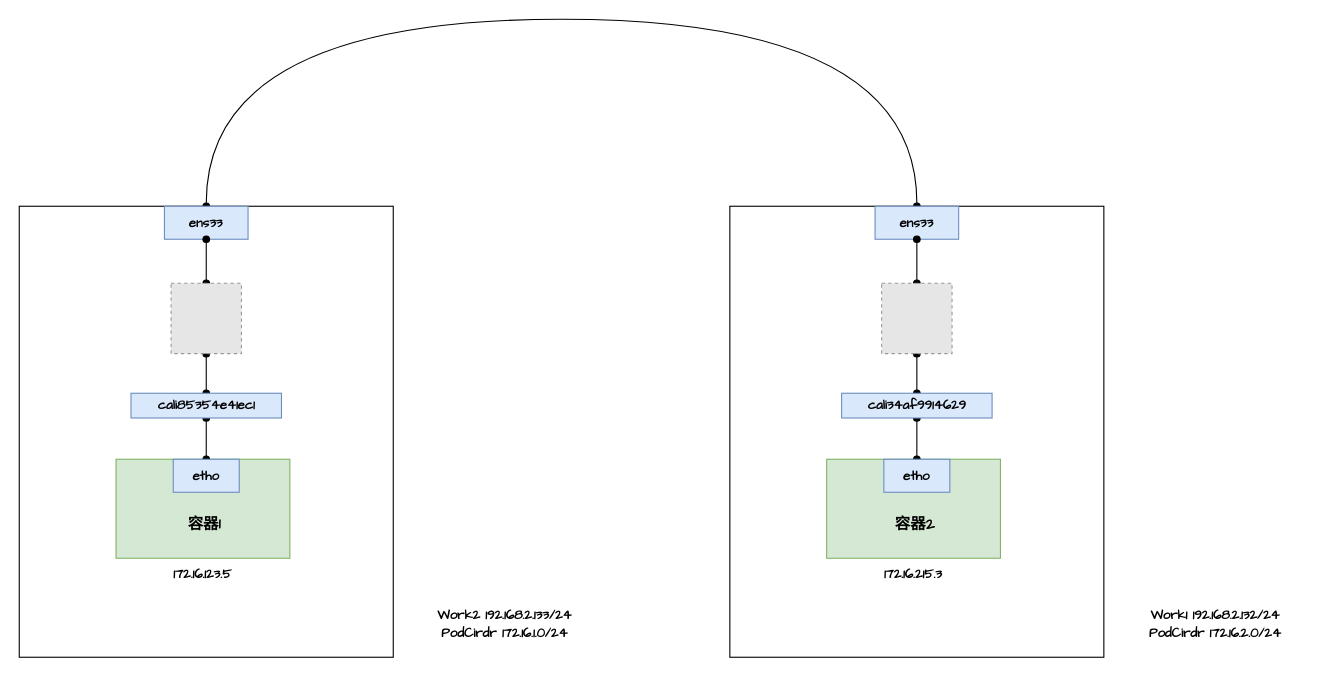
The draw.io diagram calico.drawio in XiaoWeiKIN/k8s, before the edit. Source tidied: cells renumbered, new cells numbered last; positions are measured from the earlier drawing's top-left corner, leaving out a move shared by most shapes. Both pictures are drawn from the tidied source at 110%, with x=0, y=0 at pixel (19, 19). Pictures stored in the file or linked from it are replaced by grey dashed boxes.
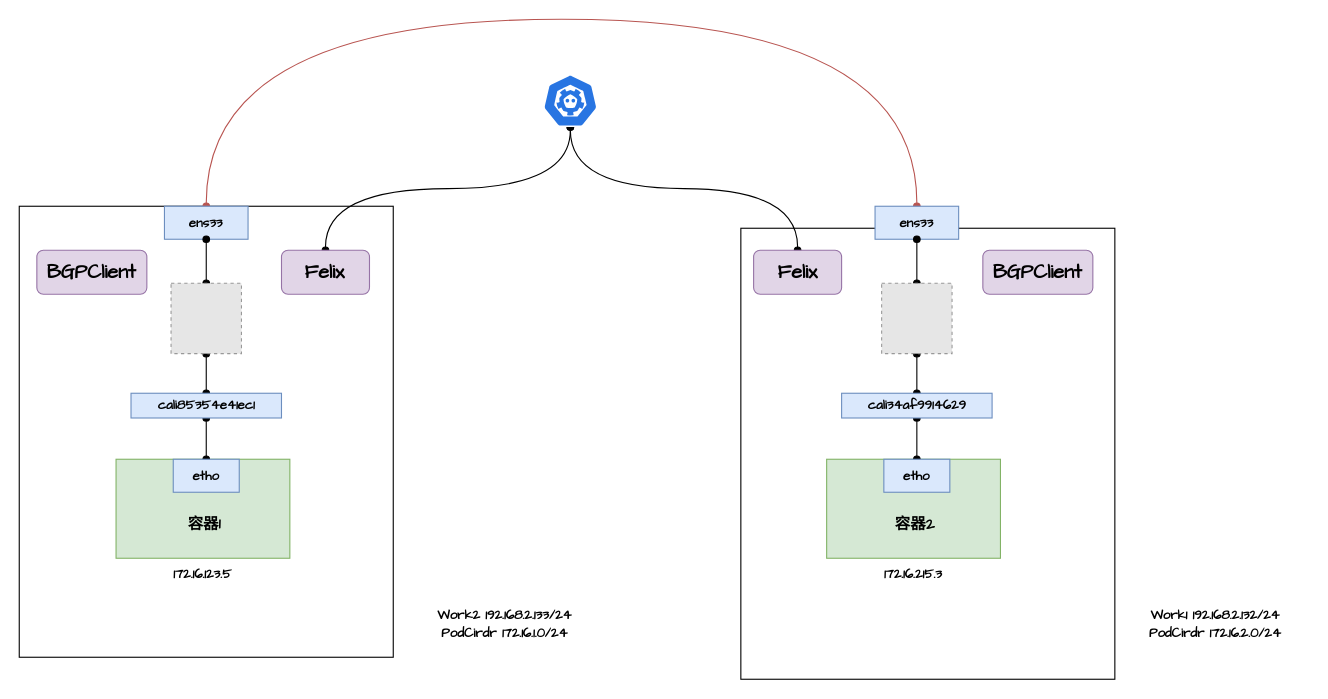
The same page after the edit.

The change refers to these unchanged cells:
```xml
<mxCell id="8" value="&lt;b&gt;&lt;font face=&quot;Comic Sans MS&quot;&gt;ens33&lt;/font&gt;&lt;/b&gt;" style="rounded=0;whiteSpace=wrap;html=1;fillColor=#dae8fc;strokeColor=#6c8ebf;direction=south;" parent="1" vertex="1">
  <mxGeometry x="132" y="170" width="76" height="30" as="geometry" />
</mxCell>
<mxCell id="19" value="&lt;b&gt;&lt;font face=&quot;Comic Sans MS&quot;&gt;ens33&lt;/font&gt;&lt;/b&gt;" style="rounded=0;whiteSpace=wrap;html=1;fillColor=#dae8fc;strokeColor=#6c8ebf;direction=south;" parent="1" vertex="1">
  <mxGeometry x="778" y="170" width="76" height="30" as="geometry" />
</mxCell>
```

What changed in the source:
```diff
@@
-    <mxCell id="7" style="edgeStyle=orthogonalEdgeStyle;rounded=0;jettySize=auto;html=1;exitX=0;exitY=0.5;exitDx=0;exitDy=0;entryX=0;entryY=0.5;entryDx=0;entryDy=0;startArrow=oval;startFill=1;endArrow=oval;endFill=1;curved=1;" parent="1" edge="1" source="8" target="19">
+    <mxCell id="7" style="edgeStyle=orthogonalEdgeStyle;rounded=0;jettySize=auto;html=1;exitX=0;exitY=0.5;exitDx=0;exitDy=0;entryX=0;entryY=0.5;entryDx=0;entryDy=0;startArrow=oval;startFill=1;endArrow=oval;endFill=1;curved=1;shadow=0;sketch=0;fillColor=#f8cecc;strokeColor=#b85450;" parent="1" edge="1" source="8" target="19">
       <mxGeometry relative="1" as="geometry">
         <Array as="points">
           <mxPoint x="170" />
           <mxPoint x="816" />
         </Array>
       </mxGeometry>
     </mxCell>
@@
     <mxCell id="14" style="rounded=0;whiteSpace=wrap;html=1;strokeColor=#000000;strokeWidth=1;" parent="1" vertex="1">
-      <mxGeometry x="646" y="170" width="340" height="410" as="geometry" />
+      <mxGeometry x="656" y="190" width="340" height="410" as="geometry" />
     </mxCell>
@@
+    <mxCell id="25" style="edgeStyle=orthogonalEdgeStyle;curved=1;rounded=0;jettySize=auto;html=1;exitX=0.5;exitY=0;exitDx=0;exitDy=0;entryX=0.5;entryY=1;entryDx=0;entryDy=0;entryPerimeter=0;startArrow=oval;startFill=1;endArrow=oval;endFill=1;" parent="1" edge="1" source="26" target="31">
+      <mxGeometry relative="1" as="geometry" />
+    </mxCell>
+    <mxCell id="26" value="&lt;font face=&quot;Comic Sans MS&quot; style=&quot;font-size: 18px&quot;&gt;&lt;b&gt;Felix&lt;/b&gt;&lt;/font&gt;" style="rounded=1;whiteSpace=wrap;html=1;fillColor=#e1d5e7;strokeColor=#9673a6;" parent="1" vertex="1">
+      <mxGeometry x="667.6" y="210" width="80" height="40" as="geometry" />
+    </mxCell>
+    <mxCell id="27" value="&lt;font face=&quot;Comic Sans MS&quot; style=&quot;font-size: 18px&quot;&gt;&lt;b&gt;BGPClient&lt;/b&gt;&lt;/font&gt;" style="rounded=1;whiteSpace=wrap;html=1;fillColor=#e1d5e7;strokeColor=#9673a6;" parent="1" vertex="1">
+      <mxGeometry x="16" y="210" width="100" height="40" as="geometry" />
+    </mxCell>
+    <mxCell id="28" style="edgeStyle=orthogonalEdgeStyle;curved=1;rounded=0;jettySize=auto;html=1;exitX=0.5;exitY=0;exitDx=0;exitDy=0;entryX=0.5;entryY=1;entryDx=0;entryDy=0;entryPerimeter=0;startArrow=oval;startFill=1;endArrow=oval;endFill=1;" parent="1" edge="1" source="29" target="31">
+      <mxGeometry relative="1" as="geometry" />
+    </mxCell>
+    <mxCell id="29" value="&lt;font face=&quot;Comic Sans MS&quot; style=&quot;font-size: 18px&quot;&gt;&lt;b&gt;Felix&lt;/b&gt;&lt;/font&gt;" style="rounded=1;whiteSpace=wrap;html=1;fillColor=#e1d5e7;strokeColor=#9673a6;" parent="1" vertex="1">
+      <mxGeometry x="238.4" y="210" width="80" height="40" as="geometry" />
+    </mxCell>
+    <mxCell id="30" value="&lt;font face=&quot;Comic Sans MS&quot; style=&quot;font-size: 18px&quot;&gt;&lt;b&gt;BGPClient&lt;/b&gt;&lt;/font&gt;" style="rounded=1;whiteSpace=wrap;html=1;fillColor=#e1d5e7;strokeColor=#9673a6;" parent="1" vertex="1">
+      <mxGeometry x="876" y="210" width="100" height="40" as="geometry" />
+    </mxCell>
+    <mxCell id="31" style="html=1;dashed=0;whitespace=wrap;fillColor=#2875E2;strokeColor=#ffffff;points=[[0.005,0.63,0],[0.1,0.2,0],[0.9,0.2,0],[0.5,0,0],[0.995,0.63,0],[0.72,0.99,0],[0.5,1,0],[0.28,0.99,0]];shape=mxgraph.kubernetes.icon;prIcon=etcd;rounded=1;" parent="1" vertex="1">
+      <mxGeometry x="476" y="50" width="50" height="48" as="geometry" />
+    </mxCell>
```
